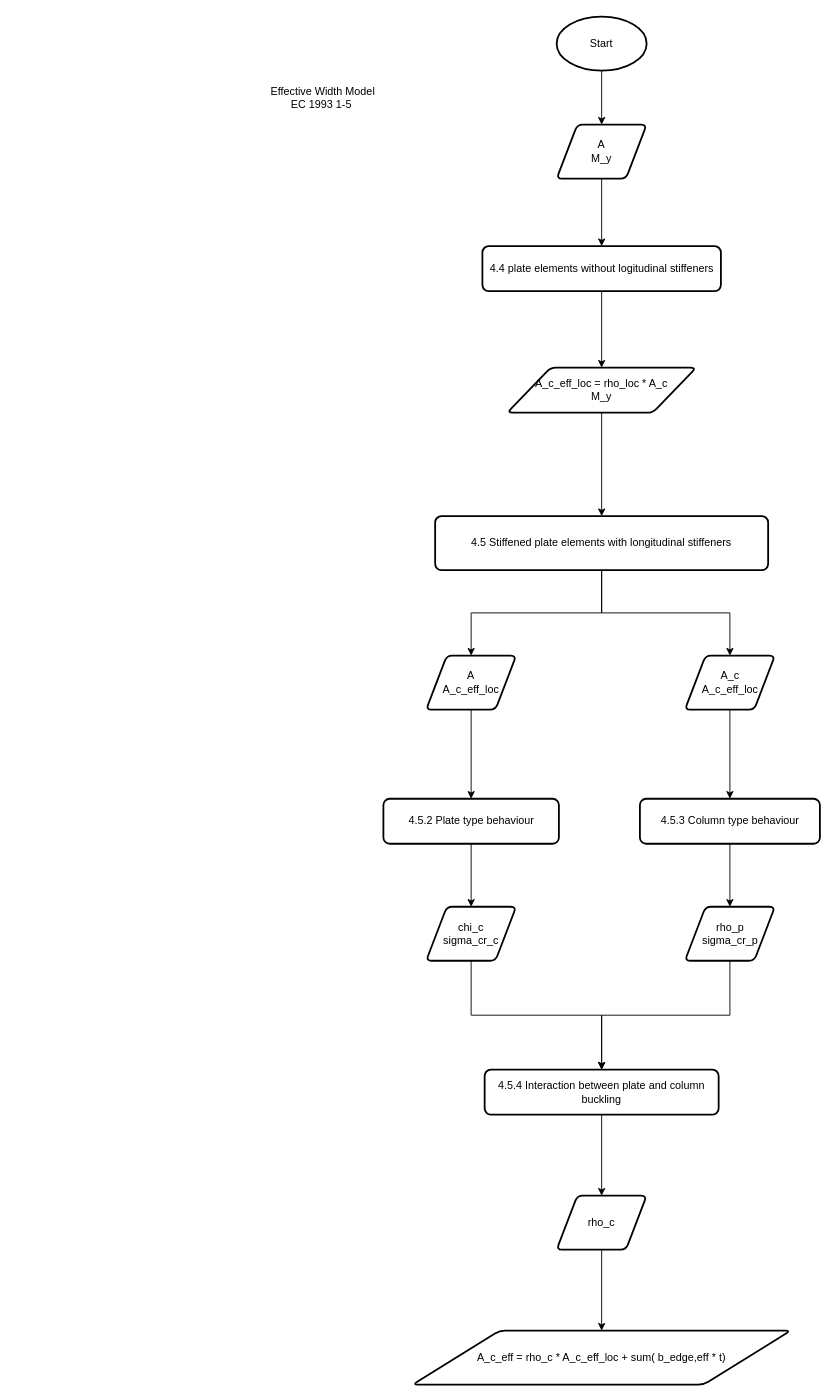
The draw.io diagram buckling.drawio in muellvin/BA, before the edit. Source tidied: cells renumbered, new cells numbered last; positions are measured from the earlier drawing's top-left corner, leaving out a move shared by most shapes. Both pictures are drawn from the tidied source at 90%, with x=0, y=0 at pixel (264, 16).
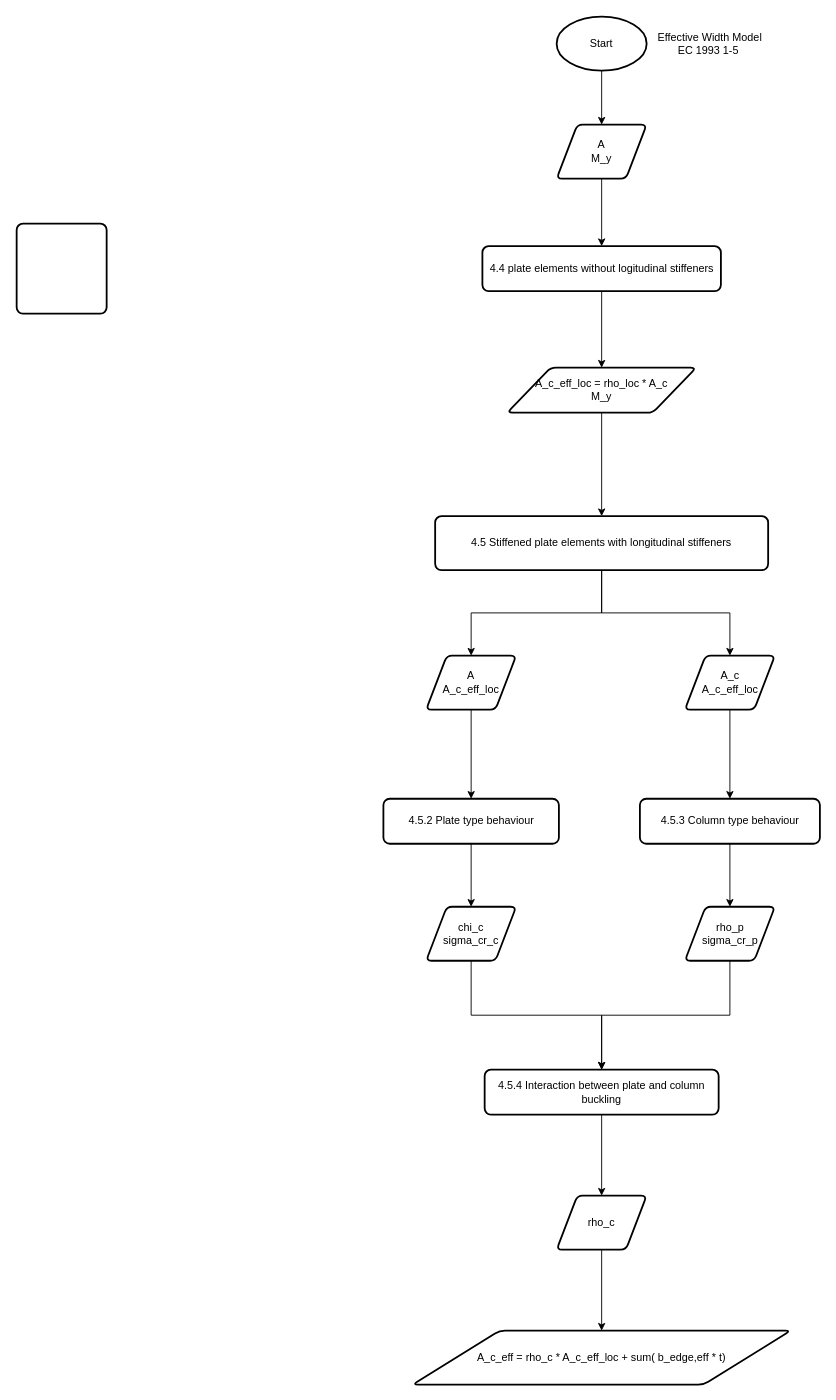
The same diagram, later.

Diff of the diagram source:
```diff
@@
     <mxCell id="4" value="Effective Width Model&lt;br&gt;EC 1993 1-5&amp;nbsp;" style="text;html=1;align=center;verticalAlign=middle;" parent="1" vertex="1">
-      <mxGeometry y="75" width="130" height="30" as="geometry" />
+      <mxGeometry x="430" y="15" width="130" height="30" as="geometry" />
     </mxCell>
@@
+    <mxCell id="31" style="rounded=1;whiteSpace=wrap;html=1;absoluteArcSize=1;arcSize=14;strokeWidth=2;" parent="1" vertex="1">
+      <mxGeometry x="-275" y="230" width="100" height="100" as="geometry" />
+    </mxCell>
```
